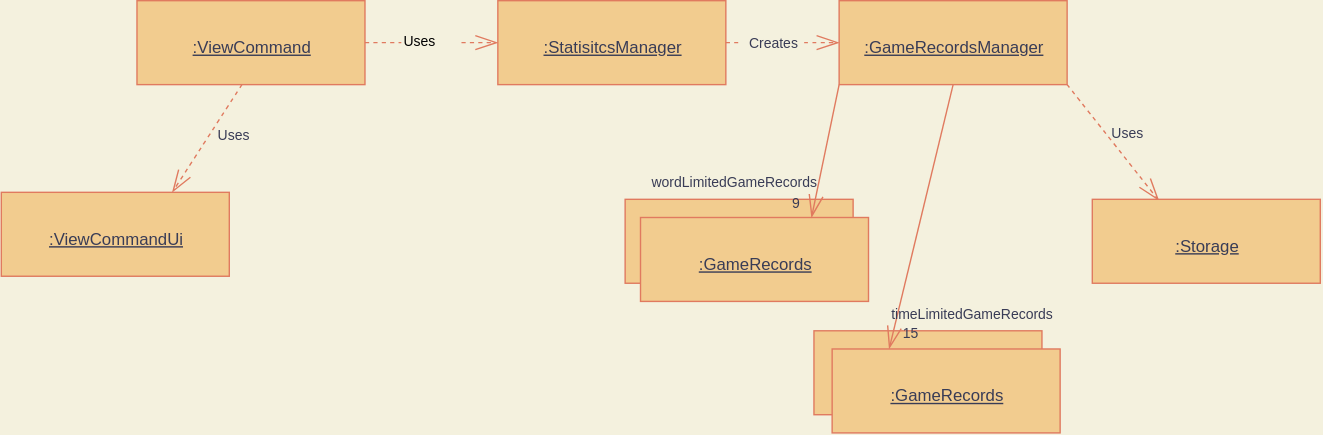
This is docs/uml/ViewStatistics-4.drawio.svg from nus-cs2113-AY2122S1/tp, a draw.io export, as it was before one commit. Source tidied: cells renumbered, new cells last; positions are measured from the earlier drawing's top-left corner, leaving out a move shared by most shapes.
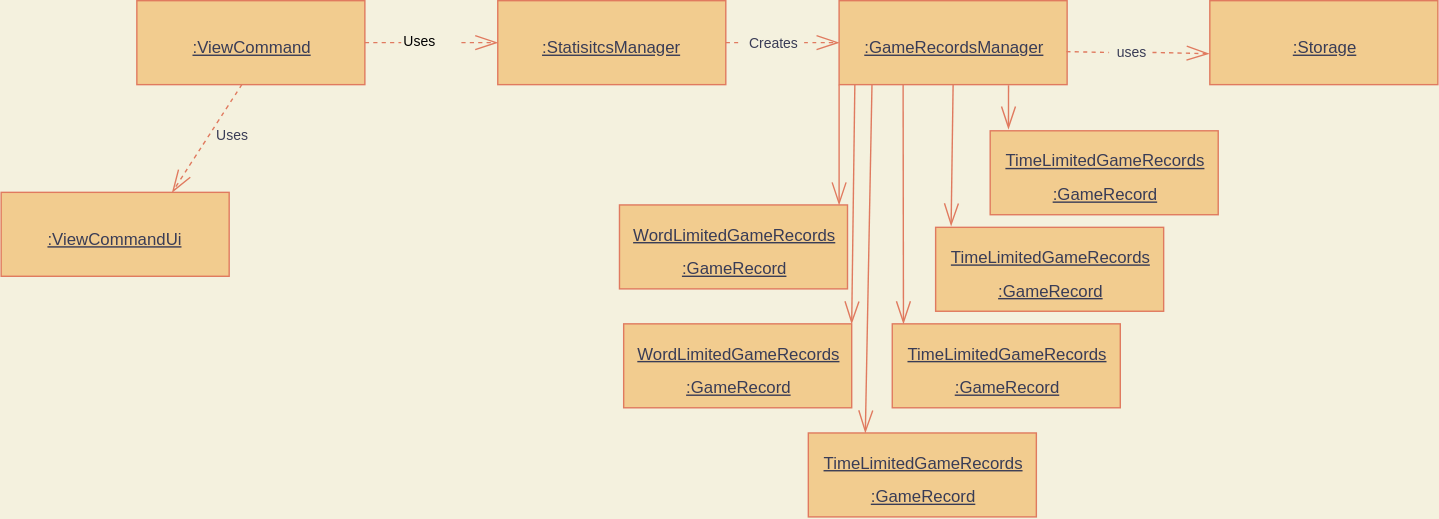
Later version of the same file.

Commit message:
Correct developer guide uml images for view statistics feature

What changed in the source:
```diff
@@ -14,60 +14,26 @@
     <mxCell id="5" value="&lt;font face=&quot;Helvetica&quot; style=&quot;font-size: 12px&quot;&gt;&lt;u&gt;:ViewCommand&lt;/u&gt;&lt;/font&gt;" style="html=1;sketch=0;hachureGap=4;fontFamily=Architects Daughter;fontSource=https%3A%2F%2Ffonts.googleapis.com%2Fcss%3Ffamily%3DArchitects%2BDaughter;fontSize=20;fillColor=#F2CC8F;strokeColor=#E07A5F;fontColor=#393C56;" parent="1" vertex="1">
       <mxGeometry x="97" width="163" height="60" as="geometry" />
     </mxCell>
-    <mxCell id="6" style="edgeStyle=none;curved=1;rounded=1;sketch=0;hachureGap=4;jettySize=auto;html=1;entryX=0.292;entryY=0.015;entryDx=0;entryDy=0;entryPerimeter=0;dashed=1;fontFamily=Helvetica;fontSize=12;fontColor=#393C56;startArrow=none;startFill=0;endArrow=openThin;endFill=0;startSize=14;endSize=14;sourcePerimeterSpacing=8;targetPerimeterSpacing=8;strokeColor=#E07A5F;fillColor=#F2CC8F;exitX=1;exitY=1;exitDx=0;exitDy=0;labelBackgroundColor=#F4F1DE;" parent="1" edge="1" source="7" target="18">
-      <mxGeometry x="0.12" y="4" relative="1" as="geometry" />
-    </mxCell>
     <mxCell id="7" value="&lt;font face=&quot;Helvetica&quot; style=&quot;font-size: 12px&quot;&gt;&lt;u&gt;:GameRecordsManager&lt;/u&gt;&lt;/font&gt;" style="html=1;sketch=0;hachureGap=4;fontFamily=Architects Daughter;fontSource=https%3A%2F%2Ffonts.googleapis.com%2Fcss%3Ffamily%3DArchitects%2BDaughter;fontSize=20;fillColor=#F2CC8F;strokeColor=#E07A5F;fontColor=#393C56;" parent="1" vertex="1">
       <mxGeometry x="599" width="163" height="60" as="geometry" />
     </mxCell>
-    <mxCell id="8" style="html=1;sketch=0;hachureGap=4;fontFamily=Architects Daughter;fontSource=https%3A%2F%2Ffonts.googleapis.com%2Fcss%3Ffamily%3DArchitects%2BDaughter;fontSize=20;fillColor=#F2CC8F;strokeColor=#E07A5F;fontColor=#393C56;" parent="1" vertex="1">
-      <mxGeometry x="446" y="142" width="163" height="60" as="geometry" />
-    </mxCell>
-    <mxCell id="9" value="&lt;font face=&quot;Helvetica&quot; style=&quot;font-size: 12px&quot;&gt;&lt;u&gt;:GameRecords&lt;/u&gt;&lt;/font&gt;" style="html=1;sketch=0;hachureGap=4;fontFamily=Architects Daughter;fontSource=https%3A%2F%2Ffonts.googleapis.com%2Fcss%3Ffamily%3DArchitects%2BDaughter;fontSize=20;fillColor=#F2CC8F;strokeColor=#E07A5F;fontColor=#393C56;" parent="1" vertex="1">
-      <mxGeometry x="457" y="155" width="163" height="60" as="geometry" />
+    <mxCell id="9" value="&lt;font face=&quot;Helvetica&quot; style=&quot;font-size: 12px&quot;&gt;&lt;u&gt;WordLimitedGameRecords&lt;br&gt;:GameRecord&lt;/u&gt;&lt;/font&gt;" style="html=1;sketch=0;hachureGap=4;fontFamily=Architects Daughter;fontSource=https%3A%2F%2Ffonts.googleapis.com%2Fcss%3Ffamily%3DArchitects%2BDaughter;fontSize=20;fillColor=#F2CC8F;strokeColor=#E07A5F;fontColor=#393C56;" parent="1" vertex="1">
+      <mxGeometry x="445" y="231" width="163" height="60" as="geometry" />
     </mxCell>
-    <mxCell id="10" style="edgeStyle=none;rounded=0;sketch=0;hachureGap=4;jettySize=auto;html=1;exitX=0.75;exitY=0;exitDx=0;exitDy=0;fontFamily=Architects Daughter;fontSource=https%3A%2F%2Ffonts.googleapis.com%2Fcss%3Ffamily%3DArchitects%2BDaughter;fontSize=16;endArrow=none;startSize=14;endSize=14;sourcePerimeterSpacing=8;targetPerimeterSpacing=8;endFill=0;strokeColor=#E07A5F;fontColor=#393C56;entryX=0;entryY=1;entryDx=0;entryDy=0;startArrow=openThin;startFill=0;labelBackgroundColor=#F4F1DE;" parent="1" edge="1" source="9">
-      <mxGeometry relative="1" as="geometry">
-        <mxPoint x="599" y="60" as="targetPoint" />
-      </mxGeometry>
+    <mxCell id="10" style="edgeStyle=none;rounded=0;sketch=0;hachureGap=4;jettySize=auto;html=1;exitX=1;exitY=0;exitDx=0;exitDy=0;fontFamily=Architects Daughter;fontSource=https%3A%2F%2Ffonts.googleapis.com%2Fcss%3Ffamily%3DArchitects%2BDaughter;fontSize=16;endArrow=none;startSize=14;endSize=14;sourcePerimeterSpacing=8;targetPerimeterSpacing=8;endFill=0;strokeColor=#E07A5F;fontColor=#393C56;entryX=0.069;entryY=0.997;entryDx=0;entryDy=0;startArrow=openThin;startFill=0;labelBackgroundColor=#F4F1DE;entryPerimeter=0;" parent="1" edge="1" source="9" target="7">
+      <mxGeometry relative="1" as="geometry" />
     </mxCell>
-    <mxCell id="11" value="wordLimitedGameRecords" style="edgeLabel;html=1;align=center;verticalAlign=middle;fontSize=10;fontFamily=Helvetica;fontColor=#393C56;labelBackgroundColor=none;" parent="10" vertex="1">
-      <mxGeometry x="0.19" y="2" relative="1" as="geometry">
-        <mxPoint x="-66" y="31" as="offset" />
-      </mxGeometry>
-    </mxCell>
-    <mxCell id="12" value="9" style="edgeLabel;html=1;align=center;verticalAlign=middle;fontSize=10;fontFamily=Helvetica;fontColor=#393C56;labelBackgroundColor=none;" parent="10" vertex="1">
-      <mxGeometry x="-0.13" y="1" relative="1" as="geometry">
-        <mxPoint x="-19" y="31" as="offset" />
-      </mxGeometry>
-    </mxCell>
-    <mxCell id="13" style="html=1;sketch=0;hachureGap=4;fontFamily=Architects Daughter;fontSource=https%3A%2F%2Ffonts.googleapis.com%2Fcss%3Ffamily%3DArchitects%2BDaughter;fontSize=20;fillColor=#F2CC8F;strokeColor=#E07A5F;fontColor=#393C56;" parent="1" vertex="1">
-      <mxGeometry x="581" y="236" width="163" height="60" as="geometry" />
-    </mxCell>
-    <mxCell id="14" style="edgeStyle=none;rounded=0;sketch=0;hachureGap=4;jettySize=auto;html=1;exitX=0.25;exitY=0;exitDx=0;exitDy=0;fontFamily=Architects Daughter;fontSource=https%3A%2F%2Ffonts.googleapis.com%2Fcss%3Ffamily%3DArchitects%2BDaughter;fontSize=16;endArrow=none;startSize=14;endSize=14;sourcePerimeterSpacing=8;targetPerimeterSpacing=8;endFill=0;strokeColor=#E07A5F;fontColor=#393C56;entryX=0.5;entryY=1;entryDx=0;entryDy=0;startArrow=openThin;startFill=0;labelBackgroundColor=#F4F1DE;" parent="1" edge="1" source="17" target="7">
-      <mxGeometry relative="1" as="geometry" />
+    <mxCell id="14" style="edgeStyle=none;rounded=0;sketch=0;hachureGap=4;jettySize=auto;html=1;exitX=0.25;exitY=0;exitDx=0;exitDy=0;fontFamily=Architects Daughter;fontSource=https%3A%2F%2Ffonts.googleapis.com%2Fcss%3Ffamily%3DArchitects%2BDaughter;fontSize=16;endArrow=none;startSize=14;endSize=14;sourcePerimeterSpacing=8;targetPerimeterSpacing=8;endFill=0;strokeColor=#E07A5F;fontColor=#393C56;entryX=0.5;entryY=1;entryDx=0;entryDy=0;startArrow=openThin;startFill=0;labelBackgroundColor=#F4F1DE;" parent="1" edge="1" source="17">
+      <mxGeometry relative="1" as="geometry">
+        <mxPoint x="622.5" y="60" as="targetPoint" />
+      </mxGeometry>
     </mxCell>
-    <mxCell id="15" value="&lt;font style=&quot;font-size: 10px&quot;&gt;timeLimitedGameRecords&lt;/font&gt;" style="edgeLabel;html=1;align=center;verticalAlign=middle;fontSize=12;fontFamily=Helvetica;fontColor=#393C56;labelBackgroundColor=none;" parent="14" vertex="1">
-      <mxGeometry x="-0.04" relative="1" as="geometry">
-        <mxPoint x="37" y="65" as="offset" />
-      </mxGeometry>
-    </mxCell>
-    <mxCell id="16" value="&lt;font style=&quot;font-size: 10px&quot;&gt;15&lt;/font&gt;" style="edgeLabel;html=1;align=center;verticalAlign=middle;fontSize=12;fontFamily=Helvetica;fontColor=#393C56;labelBackgroundColor=none;" parent="14" vertex="1">
-      <mxGeometry x="-0.14" y="-1" relative="1" as="geometry">
-        <mxPoint x="-6" y="69" as="offset" />
-      </mxGeometry>
-    </mxCell>
-    <mxCell id="17" value="&lt;font face=&quot;Helvetica&quot; style=&quot;font-size: 12px&quot;&gt;&lt;u&gt;:GameRecords&lt;/u&gt;&lt;/font&gt;" style="html=1;sketch=0;hachureGap=4;fontFamily=Architects Daughter;fontSource=https%3A%2F%2Ffonts.googleapis.com%2Fcss%3Ffamily%3DArchitects%2BDaughter;fontSize=20;fillColor=#F2CC8F;strokeColor=#E07A5F;fontColor=#393C56;" parent="1" vertex="1">
-      <mxGeometry x="594" y="249" width="163" height="60" as="geometry" />
+    <mxCell id="17" value="&lt;font face=&quot;Helvetica&quot; style=&quot;font-size: 12px&quot;&gt;&lt;u&gt;TimeLimitedGameRecords&lt;br&gt;:GameRecord&lt;/u&gt;&lt;/font&gt;" style="html=1;sketch=0;hachureGap=4;fontFamily=Architects Daughter;fontSource=https%3A%2F%2Ffonts.googleapis.com%2Fcss%3Ffamily%3DArchitects%2BDaughter;fontSize=20;fillColor=#F2CC8F;strokeColor=#E07A5F;fontColor=#393C56;" parent="1" vertex="1">
+      <mxGeometry x="577" y="309" width="163" height="60" as="geometry" />
     </mxCell>
     <mxCell id="18" value="&lt;font face=&quot;Helvetica&quot; style=&quot;font-size: 12px&quot;&gt;&lt;u&gt;:Storage&lt;/u&gt;&lt;/font&gt;" style="html=1;sketch=0;hachureGap=4;fontFamily=Architects Daughter;fontSource=https%3A%2F%2Ffonts.googleapis.com%2Fcss%3Ffamily%3DArchitects%2BDaughter;fontSize=20;fillColor=#F2CC8F;strokeColor=#E07A5F;fontColor=#393C56;" parent="1" vertex="1">
-      <mxGeometry x="780" y="142" width="163" height="60" as="geometry" />
+      <mxGeometry x="864" width="163" height="60" as="geometry" />
     </mxCell>
-    <mxCell id="19" value="Uses" style="edgeLabel;html=1;align=center;verticalAlign=middle;fontSize=10;fontFamily=Helvetica;fontColor=#393C56;labelBackgroundColor=none;" parent="1" vertex="1">
-      <mxGeometry x="830" y="87" as="geometry">
-        <mxPoint x="-26" y="7" as="offset" />
-      </mxGeometry>
-    </mxCell>
     <mxCell id="20" value="Creates" style="text;html=1;align=center;verticalAlign=middle;points=[];strokeColor=none;fillColor=none;rounded=0;labelBackgroundColor=none;sketch=1;hachureGap=4;fontFamily=Helvetica;fontSize=10;fontColor=#393C56;" parent="1" vertex="1">
       <mxGeometry x="529" y="22" width="45" height="16" as="geometry" />
     </mxCell>
@@ -91,5 +57,47 @@
     <mxCell id="26" value="&lt;font face=&quot;Helvetica&quot;&gt;&lt;span style=&quot;font-size: 10px&quot;&gt;Uses&lt;/span&gt;&lt;/font&gt;" style="text;html=1;align=center;verticalAlign=middle;strokeColor=none;fillColor=none;rounded=0;sketch=1;hachureGap=4;fontFamily=Architects Daughter;fontSource=https%3A%2F%2Ffonts.googleapis.com%2Fcss%3Ffamily%3DArchitects%2BDaughter;fontSize=20;fontColor=#393C56;" parent="1" vertex="1">
       <mxGeometry x="149" y="76" width="33" height="32" as="geometry" />
     </mxCell>
+    <mxCell id="27" style="edgeStyle=none;curved=1;rounded=1;sketch=0;hachureGap=4;jettySize=auto;html=1;exitX=1;exitY=0.5;exitDx=0;exitDy=0;entryX=-0.003;entryY=0.631;entryDx=0;entryDy=0;dashed=1;fontFamily=Helvetica;fontSize=10;fontColor=#393C56;startArrow=none;startFill=0;endArrow=openThin;endFill=0;startSize=14;endSize=14;targetPerimeterSpacing=8;strokeColor=#E07A5F;fillColor=#F2CC8F;labelBackgroundColor=#F4F1DE;entryPerimeter=0;" parent="1" edge="1" source="28" target="18">
+      <mxGeometry relative="1" as="geometry" />
+    </mxCell>
+    <mxCell id="28" value="uses" style="text;html=1;align=center;verticalAlign=middle;points=[];strokeColor=none;fillColor=none;rounded=0;labelBackgroundColor=none;sketch=1;hachureGap=4;fontFamily=Helvetica;fontSize=10;fontColor=#393C56;" parent="1" vertex="1">
+      <mxGeometry x="792" y="29" width="31" height="16" as="geometry" />
+    </mxCell>
+    <mxCell id="29" style="edgeStyle=none;curved=1;rounded=1;sketch=0;hachureGap=4;jettySize=auto;html=1;exitX=0.997;exitY=0.607;exitDx=0;exitDy=0;entryX=0;entryY=0.5;entryDx=0;entryDy=0;dashed=1;fontFamily=Helvetica;fontSize=10;fontColor=#393C56;startArrow=none;startFill=0;endArrow=none;endFill=0;startSize=14;endSize=14;sourcePerimeterSpacing=8;strokeColor=#E07A5F;fillColor=#F2CC8F;labelBackgroundColor=#F4F1DE;exitPerimeter=0;" parent="1" edge="1" source="7" target="28">
+      <mxGeometry relative="1" as="geometry" />
+    </mxCell>
+    <mxCell id="30" style="edgeStyle=none;rounded=0;sketch=0;hachureGap=4;jettySize=auto;html=1;fontFamily=Architects Daughter;fontSource=https://fonts.googleapis.com/css?family=Architects+Daughter;fontSize=16;endArrow=none;startSize=14;endSize=14;sourcePerimeterSpacing=8;targetPerimeterSpacing=8;endFill=0;strokeColor=#E07A5F;fontColor=#393C56;startArrow=openThin;startFill=0;labelBackgroundColor=#F4F1DE;exitX=1;exitY=0;exitDx=0;exitDy=0;entryX=0;entryY=1;entryDx=0;entryDy=0;" parent="1" edge="1" target="7">
+      <mxGeometry relative="1" as="geometry">
+        <mxPoint x="599" y="146" as="sourcePoint" />
+      </mxGeometry>
+    </mxCell>
+    <mxCell id="31" style="edgeStyle=none;rounded=0;sketch=0;hachureGap=4;jettySize=auto;html=1;exitX=0.117;exitY=0.017;exitDx=0;exitDy=0;fontFamily=Architects Daughter;fontSource=https://fonts.googleapis.com/css?family=Architects+Daughter;fontSize=16;endArrow=none;startSize=14;endSize=14;sourcePerimeterSpacing=8;targetPerimeterSpacing=8;endFill=0;strokeColor=#E07A5F;fontColor=#393C56;entryX=0.5;entryY=1;entryDx=0;entryDy=0;startArrow=openThin;startFill=0;labelBackgroundColor=#F4F1DE;exitPerimeter=0;" parent="1" edge="1" target="7">
+      <mxGeometry relative="1" as="geometry">
+        <mxPoint x="679.1" y="161" as="sourcePoint" />
+      </mxGeometry>
+    </mxCell>
+    <mxCell id="32" style="edgeStyle=none;rounded=0;sketch=0;hachureGap=4;orthogonalLoop=1;jettySize=auto;html=1;fontFamily=Architects Daughter;fontSource=https://fonts.googleapis.com/css?family=Architects+Daughter;fontSize=16;endArrow=none;startSize=14;endSize=14;sourcePerimeterSpacing=8;targetPerimeterSpacing=8;endFill=0;strokeColor=#E07A5F;fontColor=#393C56;entryX=0;entryY=1;entryDx=0;entryDy=0;startArrow=openThin;startFill=0;labelBackgroundColor=#F4F1DE;" parent="1" edge="1">
+      <mxGeometry relative="1" as="geometry">
+        <mxPoint x="645" y="231" as="sourcePoint" />
+        <mxPoint x="644.8" y="60" as="targetPoint" />
+      </mxGeometry>
+    </mxCell>
+    <mxCell id="33" style="edgeStyle=none;rounded=0;sketch=0;hachureGap=4;jettySize=auto;html=1;exitX=0.117;exitY=-0.004;exitDx=0;exitDy=0;fontFamily=Architects Daughter;fontSource=https://fonts.googleapis.com/css?family=Architects+Daughter;fontSize=16;endArrow=none;startSize=14;endSize=14;sourcePerimeterSpacing=8;targetPerimeterSpacing=8;endFill=0;strokeColor=#E07A5F;fontColor=#393C56;startArrow=openThin;startFill=0;labelBackgroundColor=#F4F1DE;exitPerimeter=0;entryX=0.743;entryY=1.006;entryDx=0;entryDy=0;entryPerimeter=0;" parent="1" edge="1" target="7">
+      <mxGeometry relative="1" as="geometry">
+        <mxPoint x="720.1" y="91.8" as="sourcePoint" />
+      </mxGeometry>
+    </mxCell>
+    <mxCell id="34" value="&lt;font face=&quot;Helvetica&quot; style=&quot;font-size: 12px&quot;&gt;&lt;u&gt;TimeLimitedGameRecords&lt;br&gt;:GameRecord&lt;/u&gt;&lt;/font&gt;" style="html=1;sketch=0;hachureGap=4;fontFamily=Architects Daughter;fontSource=https://fonts.googleapis.com/css?family=Architects+Daughter;fontSize=20;fillColor=#F2CC8F;strokeColor=#E07A5F;fontColor=#393C56;" parent="1" vertex="1">
+      <mxGeometry x="637" y="231" width="163" height="60" as="geometry" />
+    </mxCell>
+    <mxCell id="35" value="&lt;font face=&quot;Helvetica&quot; style=&quot;font-size: 12px&quot;&gt;&lt;u&gt;TimeLimitedGameRecords&lt;br&gt;:GameRecord&lt;/u&gt;&lt;/font&gt;" style="html=1;sketch=0;hachureGap=4;fontFamily=Architects Daughter;fontSource=https://fonts.googleapis.com/css?family=Architects+Daughter;fontSize=20;fillColor=#F2CC8F;strokeColor=#E07A5F;fontColor=#393C56;" parent="1" vertex="1">
+      <mxGeometry x="668" y="162" width="163" height="60" as="geometry" />
+    </mxCell>
+    <mxCell id="36" value="&lt;font face=&quot;Helvetica&quot; style=&quot;font-size: 12px&quot;&gt;&lt;u&gt;TimeLimitedGameRecords&lt;br&gt;:GameRecord&lt;/u&gt;&lt;/font&gt;" style="html=1;sketch=0;hachureGap=4;fontFamily=Architects Daughter;fontSource=https://fonts.googleapis.com/css?family=Architects+Daughter;fontSize=20;fillColor=#F2CC8F;strokeColor=#E07A5F;fontColor=#393C56;" parent="1" vertex="1">
+      <mxGeometry x="707" y="93" width="163" height="60" as="geometry" />
+    </mxCell>
+    <mxCell id="37" value="&lt;font face=&quot;Helvetica&quot; style=&quot;font-size: 12px&quot;&gt;&lt;u&gt;WordLimitedGameRecords&lt;br&gt;:GameRecord&lt;/u&gt;&lt;/font&gt;" style="html=1;sketch=0;hachureGap=4;fontFamily=Architects Daughter;fontSource=https://fonts.googleapis.com/css?family=Architects+Daughter;fontSize=20;fillColor=#F2CC8F;strokeColor=#E07A5F;fontColor=#393C56;" parent="1" vertex="1">
+      <mxGeometry x="442" y="146" width="163" height="60" as="geometry" />
+    </mxCell>
   </root>
 </mxGraphModel>
```
